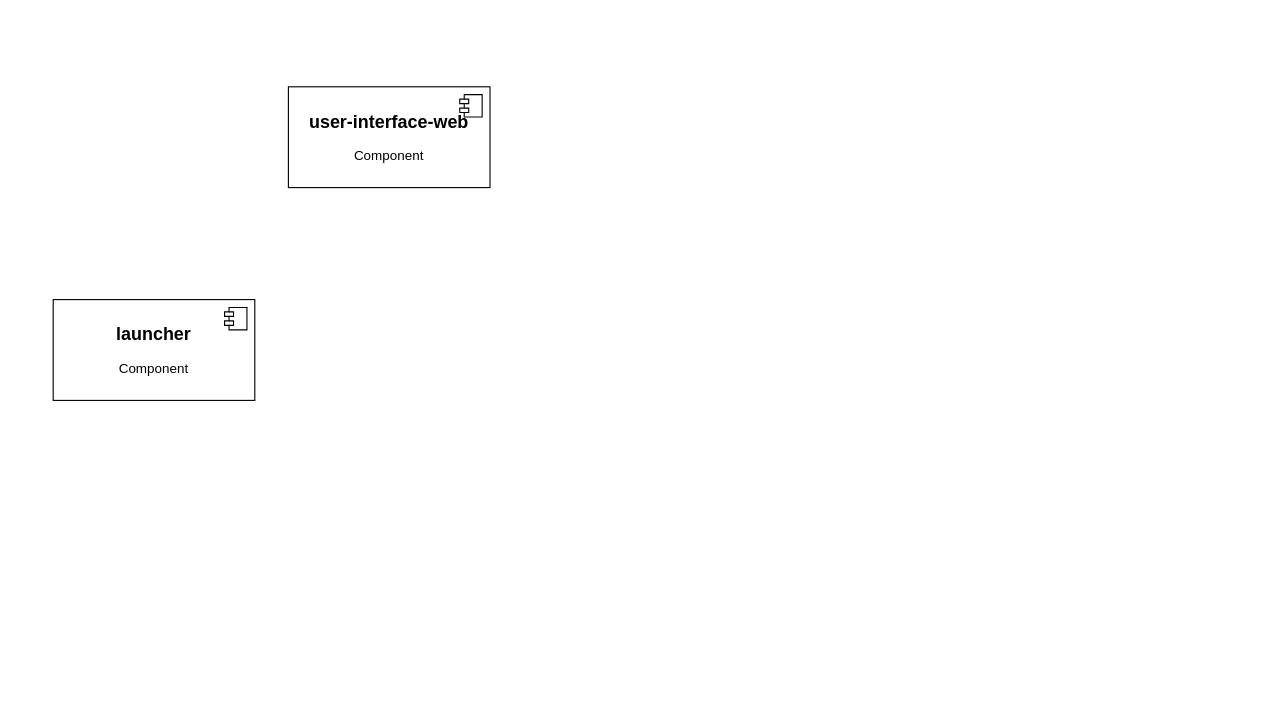
This is ddd/ddd-layout.drawio from hedon954/draw, a draw.io file, before an edit. Source tidied: cells renumbered, new cells numbered last; positions are measured from the earlier drawing's top-left corner, leaving out a move shared by most shapes. Both pictures are drawn from the tidied source at 112%, with x=0, y=0 at pixel (53, 86).
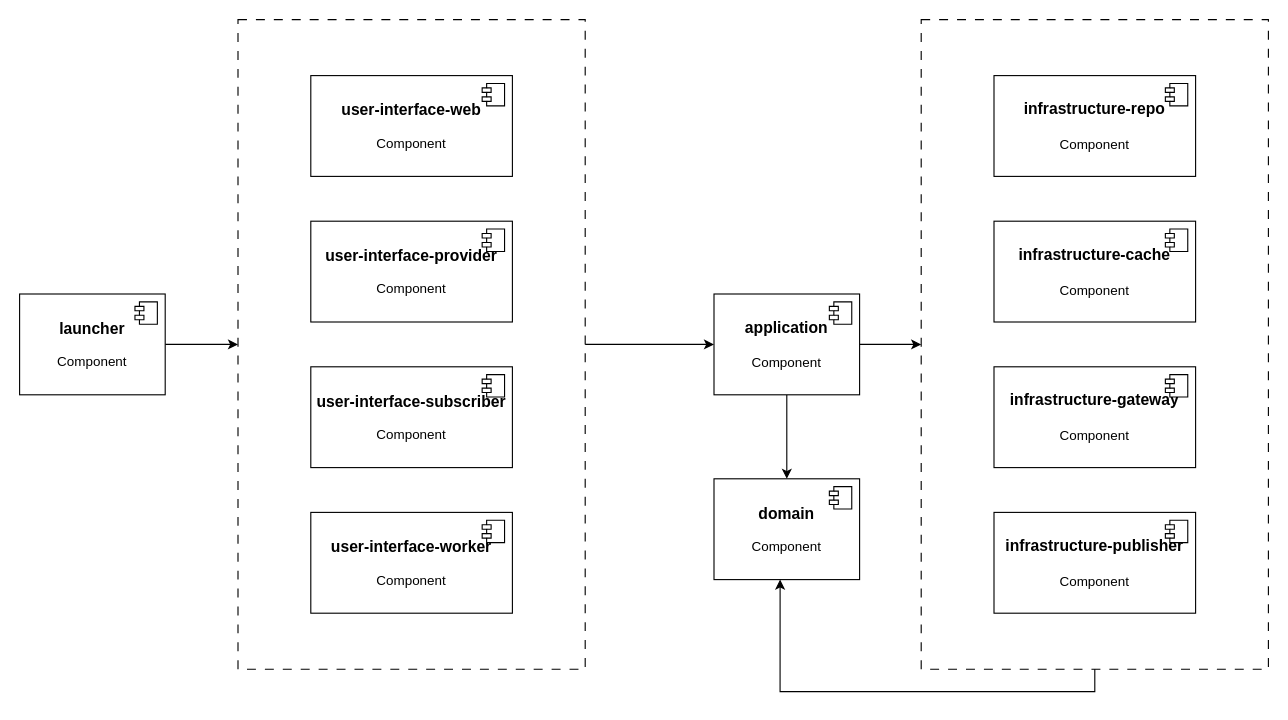
Above is the later version.

What changed in the source:
```diff
@@
+    <mxCell id="6" style="edgeStyle=orthogonalEdgeStyle;rounded=0;jettySize=auto;html=1;" parent="1" edge="1" source="7" target="17">
+      <mxGeometry relative="1" as="geometry" />
+    </mxCell>
+    <mxCell id="7" style="rounded=0;whiteSpace=wrap;html=1;fillColor=none;dashed=1;dashPattern=8 8;" parent="1" vertex="1">
+      <mxGeometry x="165" y="-60" width="310" height="580" as="geometry" />
+    </mxCell>
+    <mxCell id="8" style="edgeStyle=orthogonalEdgeStyle;rounded=0;jettySize=auto;html=1;" parent="1" edge="1" source="2" target="7">
+      <mxGeometry relative="1" as="geometry" />
+    </mxCell>
-    <mxCell id="2" value="&lt;div&gt;&lt;b&gt;&lt;font style=&quot;font-size: 16px;&quot;&gt;launcher&lt;/font&gt;&lt;/b&gt;&lt;/div&gt;&lt;div&gt;&lt;b&gt;&lt;br&gt;&lt;/b&gt;&lt;/div&gt;Component" style="html=1;whiteSpace=wrap;" parent="1" vertex="1">
-      <mxGeometry y="190" width="180" height="90" as="geometry" />
+    <mxCell id="2" value="&lt;div&gt;&lt;b&gt;&lt;font style=&quot;font-size: 14px;&quot;&gt;launcher&lt;/font&gt;&lt;/b&gt;&lt;/div&gt;&lt;div&gt;&lt;b&gt;&lt;br&gt;&lt;/b&gt;&lt;/div&gt;Component" style="html=1;whiteSpace=wrap;" parent="1" vertex="1">
+      <mxGeometry x="-30" y="185" width="130" height="90" as="geometry" />
     </mxCell>
@@
-    <mxCell id="4" value="&lt;div&gt;&lt;b&gt;&lt;font style=&quot;font-size: 16px;&quot;&gt;user-interface-web&lt;/font&gt;&lt;/b&gt;&lt;/div&gt;&lt;div&gt;&lt;b&gt;&lt;br&gt;&lt;/b&gt;&lt;/div&gt;Component" style="html=1;whiteSpace=wrap;" parent="1" vertex="1">
-      <mxGeometry x="210" width="180" height="90" as="geometry" />
+    <mxCell id="4" value="&lt;div&gt;&lt;b&gt;&lt;font style=&quot;font-size: 14px;&quot;&gt;user-interface-web&lt;/font&gt;&lt;/b&gt;&lt;/div&gt;&lt;div&gt;&lt;b&gt;&lt;br&gt;&lt;/b&gt;&lt;/div&gt;Component" style="html=1;whiteSpace=wrap;" parent="1" vertex="1">
+      <mxGeometry x="230" y="-10" width="180" height="90" as="geometry" />
     </mxCell>
@@
+    <mxCell id="9" value="&lt;div&gt;&lt;b&gt;&lt;font style=&quot;font-size: 14px;&quot;&gt;user-interface-provider&lt;/font&gt;&lt;/b&gt;&lt;/div&gt;&lt;div&gt;&lt;b&gt;&lt;br&gt;&lt;/b&gt;&lt;/div&gt;Component" style="html=1;whiteSpace=wrap;" parent="1" vertex="1">
+      <mxGeometry x="230" y="120" width="180" height="90" as="geometry" />
+    </mxCell>
+    <mxCell id="10" style="shape=module;jettyWidth=8;jettyHeight=4;" parent="9" vertex="1">
+      <mxGeometry x="1" width="20" height="20" relative="1" as="geometry">
+        <mxPoint x="-27" y="7" as="offset" />
+      </mxGeometry>
+    </mxCell>
+    <mxCell id="11" value="&lt;div&gt;&lt;b&gt;&lt;font style=&quot;font-size: 14px;&quot;&gt;user-interface-subscriber&lt;/font&gt;&lt;/b&gt;&lt;/div&gt;&lt;div&gt;&lt;b&gt;&lt;br&gt;&lt;/b&gt;&lt;/div&gt;Component" style="html=1;whiteSpace=wrap;" parent="1" vertex="1">
+      <mxGeometry x="230" y="250" width="180" height="90" as="geometry" />
+    </mxCell>
+    <mxCell id="12" style="shape=module;jettyWidth=8;jettyHeight=4;" parent="11" vertex="1">
+      <mxGeometry x="1" width="20" height="20" relative="1" as="geometry">
+        <mxPoint x="-27" y="7" as="offset" />
+      </mxGeometry>
+    </mxCell>
+    <mxCell id="13" value="&lt;div&gt;&lt;b&gt;&lt;font style=&quot;font-size: 14px;&quot;&gt;user-interface-worker&lt;/font&gt;&lt;/b&gt;&lt;/div&gt;&lt;div&gt;&lt;b&gt;&lt;br&gt;&lt;/b&gt;&lt;/div&gt;Component" style="html=1;whiteSpace=wrap;" parent="1" vertex="1">
+      <mxGeometry x="230" y="380" width="180" height="90" as="geometry" />
+    </mxCell>
+    <mxCell id="14" style="shape=module;jettyWidth=8;jettyHeight=4;" parent="13" vertex="1">
+      <mxGeometry x="1" width="20" height="20" relative="1" as="geometry">
+        <mxPoint x="-27" y="7" as="offset" />
+      </mxGeometry>
+    </mxCell>
+    <mxCell id="15" style="edgeStyle=orthogonalEdgeStyle;rounded=0;jettySize=auto;html=1;" parent="1" edge="1" source="17" target="29">
+      <mxGeometry relative="1" as="geometry" />
+    </mxCell>
+    <mxCell id="16" style="edgeStyle=orthogonalEdgeStyle;rounded=0;jettySize=auto;html=1;entryX=0.5;entryY=0;entryDx=0;entryDy=0;" parent="1" edge="1" source="17" target="19">
+      <mxGeometry relative="1" as="geometry" />
+    </mxCell>
+    <mxCell id="17" value="&lt;div&gt;&lt;span style=&quot;font-size: 14px;&quot;&gt;&lt;b&gt;application&lt;/b&gt;&lt;/span&gt;&lt;/div&gt;&lt;div&gt;&lt;span style=&quot;font-size: 14px;&quot;&gt;&lt;b&gt;&lt;br&gt;&lt;/b&gt;&lt;/span&gt;&lt;/div&gt;Component" style="html=1;whiteSpace=wrap;" parent="1" vertex="1">
+      <mxGeometry x="590" y="185" width="130" height="90" as="geometry" />
+    </mxCell>
+    <mxCell id="18" style="shape=module;jettyWidth=8;jettyHeight=4;" parent="17" vertex="1">
+      <mxGeometry x="1" width="20" height="20" relative="1" as="geometry">
+        <mxPoint x="-27" y="7" as="offset" />
+      </mxGeometry>
+    </mxCell>
+    <mxCell id="19" value="&lt;div&gt;&lt;b&gt;&lt;font style=&quot;font-size: 14px;&quot;&gt;domain&lt;/font&gt;&lt;/b&gt;&lt;/div&gt;&lt;div&gt;&lt;b&gt;&lt;br&gt;&lt;/b&gt;&lt;/div&gt;Component" style="html=1;whiteSpace=wrap;" parent="1" vertex="1">
+      <mxGeometry x="590" y="350" width="130" height="90" as="geometry" />
+    </mxCell>
+    <mxCell id="20" style="shape=module;jettyWidth=8;jettyHeight=4;" parent="19" vertex="1">
+      <mxGeometry x="1" width="20" height="20" relative="1" as="geometry">
+        <mxPoint x="-27" y="7" as="offset" />
+      </mxGeometry>
+    </mxCell>
+    <mxCell id="21" value="&lt;div&gt;&lt;span style=&quot;font-size: 14px;&quot;&gt;&lt;b&gt;infrastructure-repo&lt;/b&gt;&lt;/span&gt;&lt;/div&gt;&lt;div&gt;&lt;span style=&quot;font-size: 14px;&quot;&gt;&lt;b&gt;&lt;br&gt;&lt;/b&gt;&lt;/span&gt;&lt;/div&gt;Component" style="html=1;whiteSpace=wrap;" parent="1" vertex="1">
+      <mxGeometry x="840" y="-10" width="180" height="90" as="geometry" />
+    </mxCell>
+    <mxCell id="22" style="shape=module;jettyWidth=8;jettyHeight=4;" parent="21" vertex="1">
+      <mxGeometry x="1" width="20" height="20" relative="1" as="geometry">
+        <mxPoint x="-27" y="7" as="offset" />
+      </mxGeometry>
+    </mxCell>
+    <mxCell id="23" value="&lt;div&gt;&lt;span style=&quot;font-size: 14px;&quot;&gt;&lt;b&gt;infrastructure-gateway&lt;/b&gt;&lt;/span&gt;&lt;/div&gt;&lt;div&gt;&lt;span style=&quot;font-size: 14px;&quot;&gt;&lt;b&gt;&lt;br&gt;&lt;/b&gt;&lt;/span&gt;&lt;/div&gt;Component" style="html=1;whiteSpace=wrap;" parent="1" vertex="1">
+      <mxGeometry x="840" y="250" width="180" height="90" as="geometry" />
+    </mxCell>
+    <mxCell id="24" style="shape=module;jettyWidth=8;jettyHeight=4;" parent="23" vertex="1">
+      <mxGeometry x="1" width="20" height="20" relative="1" as="geometry">
+        <mxPoint x="-27" y="7" as="offset" />
+      </mxGeometry>
+    </mxCell>
+    <mxCell id="25" value="&lt;div&gt;&lt;span style=&quot;font-size: 14px;&quot;&gt;&lt;b&gt;infrastructure-cache&lt;/b&gt;&lt;/span&gt;&lt;/div&gt;&lt;div&gt;&lt;span style=&quot;font-size: 14px;&quot;&gt;&lt;b&gt;&lt;br&gt;&lt;/b&gt;&lt;/span&gt;&lt;/div&gt;Component" style="html=1;whiteSpace=wrap;" parent="1" vertex="1">
+      <mxGeometry x="840" y="120" width="180" height="90" as="geometry" />
+    </mxCell>
+    <mxCell id="26" style="shape=module;jettyWidth=8;jettyHeight=4;" parent="25" vertex="1">
+      <mxGeometry x="1" width="20" height="20" relative="1" as="geometry">
+        <mxPoint x="-27" y="7" as="offset" />
+      </mxGeometry>
+    </mxCell>
+    <mxCell id="27" value="&lt;div&gt;&lt;span style=&quot;font-size: 14px;&quot;&gt;&lt;b&gt;infrastructure-publisher&lt;/b&gt;&lt;/span&gt;&lt;/div&gt;&lt;div&gt;&lt;span style=&quot;font-size: 14px;&quot;&gt;&lt;b&gt;&lt;br&gt;&lt;/b&gt;&lt;/span&gt;&lt;/div&gt;Component" style="html=1;whiteSpace=wrap;" parent="1" vertex="1">
+      <mxGeometry x="840" y="380" width="180" height="90" as="geometry" />
+    </mxCell>
+    <mxCell id="28" style="shape=module;jettyWidth=8;jettyHeight=4;" parent="27" vertex="1">
+      <mxGeometry x="1" width="20" height="20" relative="1" as="geometry">
+        <mxPoint x="-27" y="7" as="offset" />
+      </mxGeometry>
+    </mxCell>
+    <mxCell id="29" style="rounded=0;whiteSpace=wrap;html=1;fillColor=none;dashed=1;dashPattern=8 8;" parent="1" vertex="1">
+      <mxGeometry x="775" y="-60" width="310" height="580" as="geometry" />
+    </mxCell>
+    <mxCell id="30" style="edgeStyle=orthogonalEdgeStyle;rounded=0;jettySize=auto;html=1;entryX=0.454;entryY=1;entryDx=0;entryDy=0;entryPerimeter=0;" parent="1" edge="1" source="29" target="19">
+      <mxGeometry relative="1" as="geometry">
+        <Array as="points">
+          <mxPoint x="930" y="540" />
+          <mxPoint x="649" y="540" />
+        </Array>
+      </mxGeometry>
+    </mxCell>
```
